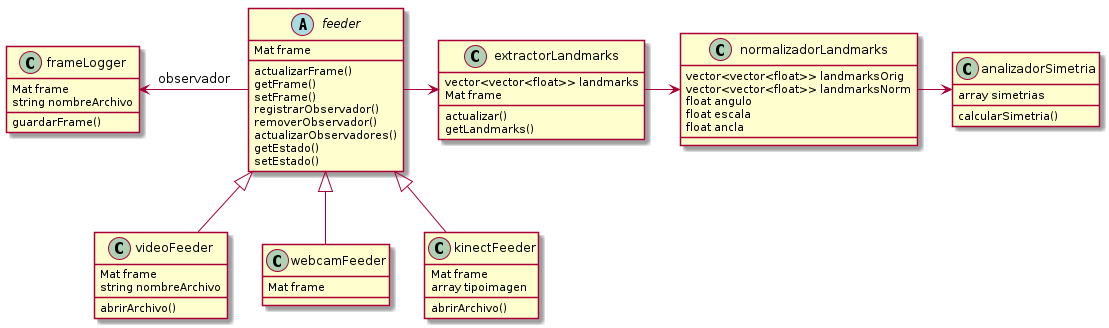
The PlantUML diagram Diagrama/proyectoVision.png in agustinavila/ProyectoVision, before a commit.
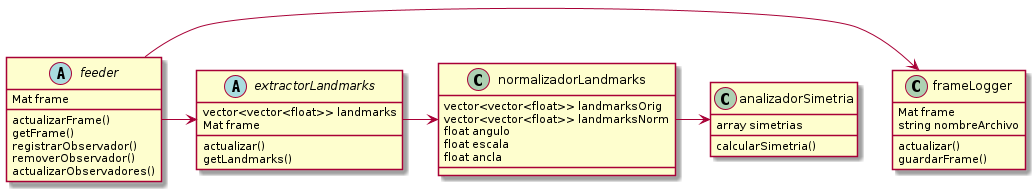
Later version of the same file.

Change to the diagram source:
```diff
@@ -4,43 +4,22 @@
 	Mat frame
 	actualizarFrame()
 	getFrame()
-	setFrame()
 	registrarObservador()
 	removerObservador()
 	actualizarObservadores()
-	getEstado()
-	setEstado()
 }
 
 class frameLogger{
 	Mat frame
 	string nombreArchivo
+	actualizar()
 	guardarFrame()
 }
-frameLogger<- feeder: observador
-
-class videoFeeder{
-	Mat frame
-	string nombreArchivo
-	abrirArchivo()
-}
-feeder<|--videoFeeder
-
-class webcamFeeder{
-	Mat frame
-}
-feeder<|--webcamFeeder
-
-class kinectFeeder{
-	Mat frame
-	array tipoimagen
-	abrirArchivo()
-}
-feeder<|--kinectFeeder
+feeder -> frameLogger
 
 feeder->extractorLandmarks
 
-class extractorLandmarks{
+abstract class extractorLandmarks{
 
 	vector<vector<float>> landmarks
 	Mat frame
@@ -49,6 +28,7 @@
 }
 
 extractorLandmarks->normalizadorLandmarks
+
 class normalizadorLandmarks{
 	vector<vector<float>> landmarksOrig
 	vector<vector<float>> landmarksNorm
@@ -61,5 +41,7 @@
 array simetrias
 calcularSimetria()
 }
+
 normalizadorLandmarks -> analizadorSimetria
+
 @enduml
```
